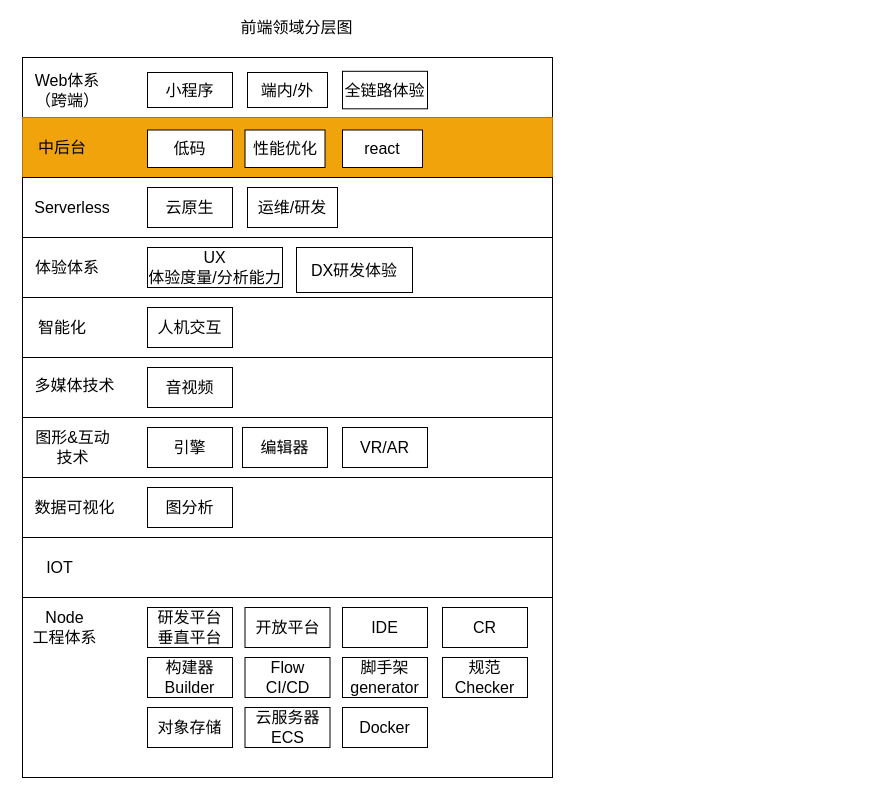
Before: content/posts/personal-grow/tech-model.drawio in XingMXTeam/maoxunxing.com, a draw.io diagram. Source tidied: cells renumbered, new cells numbered last; positions are measured from the earlier drawing's top-left corner, leaving out a move shared by most shapes. Both pictures are drawn from the tidied source at 100%, with x=0, y=0 at pixel (17, 17).
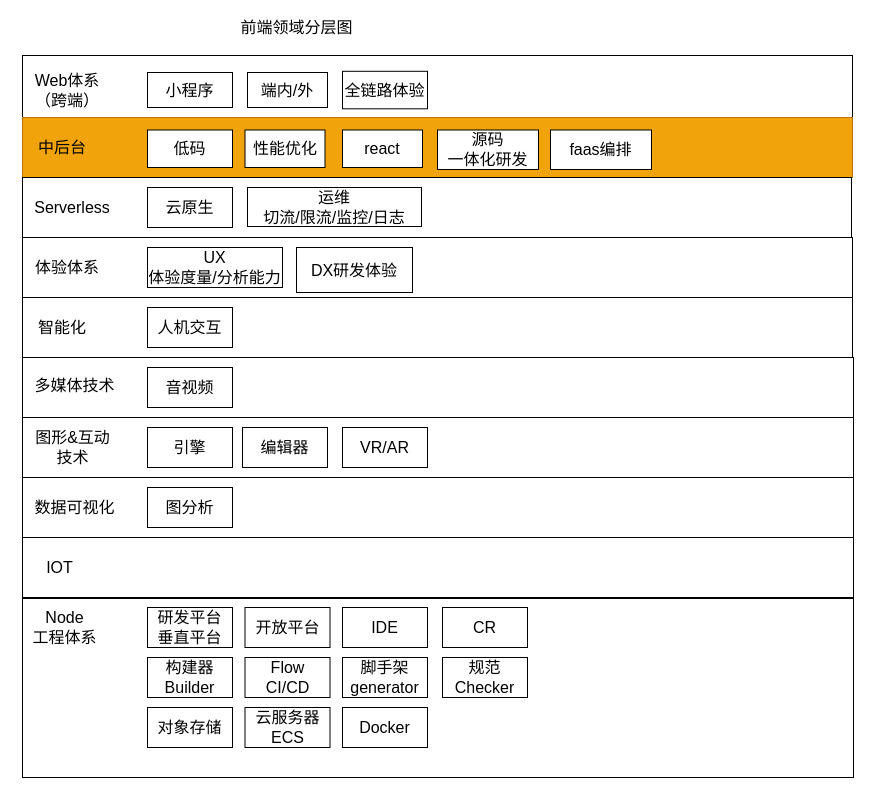
After the change.

Change to the diagram source:
```diff
@@
     <mxCell id="2" style="rounded=0;whiteSpace=wrap;html=1;" parent="1" vertex="1">
-      <mxGeometry x="5" y="40" width="530" height="60" as="geometry" />
+      <mxGeometry x="5" y="38" width="830" height="62" as="geometry" />
     </mxCell>
@@
     <mxCell id="5" style="rounded=0;whiteSpace=wrap;html=1;fillColor=#f0a30a;fontColor=#000000;strokeColor=#BD7000;" parent="1" vertex="1">
-      <mxGeometry x="5" y="100" width="530" height="60" as="geometry" />
+      <mxGeometry x="5" y="100" width="830" height="60" as="geometry" />
     </mxCell>
     <mxCell id="6" style="rounded=0;whiteSpace=wrap;html=1;" parent="1" vertex="1">
-      <mxGeometry x="5" y="160" width="530" height="60" as="geometry" />
+      <mxGeometry x="5" y="160" width="829" height="60" as="geometry" />
     </mxCell>
     <mxCell id="7" style="rounded=0;whiteSpace=wrap;html=1;" parent="1" vertex="1">
-      <mxGeometry x="5" y="220" width="530" height="60" as="geometry" />
+      <mxGeometry x="5" y="220" width="830" height="60" as="geometry" />
     </mxCell>
     <mxCell id="8" style="rounded=0;whiteSpace=wrap;html=1;" parent="1" vertex="1">
-      <mxGeometry x="5" y="280" width="530" height="60" as="geometry" />
+      <mxGeometry x="5" y="280" width="830" height="60" as="geometry" />
     </mxCell>
     <mxCell id="9" style="rounded=0;whiteSpace=wrap;html=1;" parent="1" vertex="1">
-      <mxGeometry x="5" y="340" width="530" height="60" as="geometry" />
+      <mxGeometry x="5" y="340" width="831" height="60" as="geometry" />
     </mxCell>
@@
     <mxCell id="15" style="rounded=0;whiteSpace=wrap;html=1;" parent="1" vertex="1">
-      <mxGeometry x="5" y="400" width="530" height="60" as="geometry" />
+      <mxGeometry x="5" y="400" width="831" height="60" as="geometry" />
     </mxCell>
@@
     <mxCell id="17" style="rounded=0;whiteSpace=wrap;html=1;" parent="1" vertex="1">
-      <mxGeometry x="5" y="460" width="530" height="60" as="geometry" />
+      <mxGeometry x="5" y="460" width="831" height="60" as="geometry" />
     </mxCell>
@@
-    <mxCell id="23" value="运维/研发" style="rounded=0;whiteSpace=wrap;html=1;fontSize=16;" parent="1" vertex="1">
-      <mxGeometry x="230" y="170" width="90" height="40" as="geometry" />
+    <mxCell id="23" value="运维&lt;br&gt;切流/限流/监控/日志" style="rounded=0;whiteSpace=wrap;html=1;fontSize=16;" parent="1" vertex="1">
+      <mxGeometry x="230" y="170" width="174" height="39" as="geometry" />
     </mxCell>
@@
     <mxCell id="33" style="rounded=0;whiteSpace=wrap;html=1;" parent="1" vertex="1">
-      <mxGeometry x="5" y="520" width="530" height="60" as="geometry" />
+      <mxGeometry x="5" y="520" width="831" height="60" as="geometry" />
     </mxCell>
@@
     <mxCell id="35" style="rounded=0;whiteSpace=wrap;html=1;" parent="1" vertex="1">
-      <mxGeometry x="5" y="580" width="530" height="180" as="geometry" />
+      <mxGeometry x="5" y="581" width="831" height="179" as="geometry" />
     </mxCell>
@@
+    <mxCell id="50" value="源码&lt;br&gt;一体化研发" style="rounded=0;whiteSpace=wrap;html=1;fontSize=16;" parent="1" vertex="1">
+      <mxGeometry x="420" y="112.5" width="101" height="39.5" as="geometry" />
+    </mxCell>
+    <mxCell id="51" value="faas编排" style="rounded=0;whiteSpace=wrap;html=1;fontSize=16;" parent="1" vertex="1">
+      <mxGeometry x="533" y="112.5" width="101" height="39.5" as="geometry" />
+    </mxCell>
```
